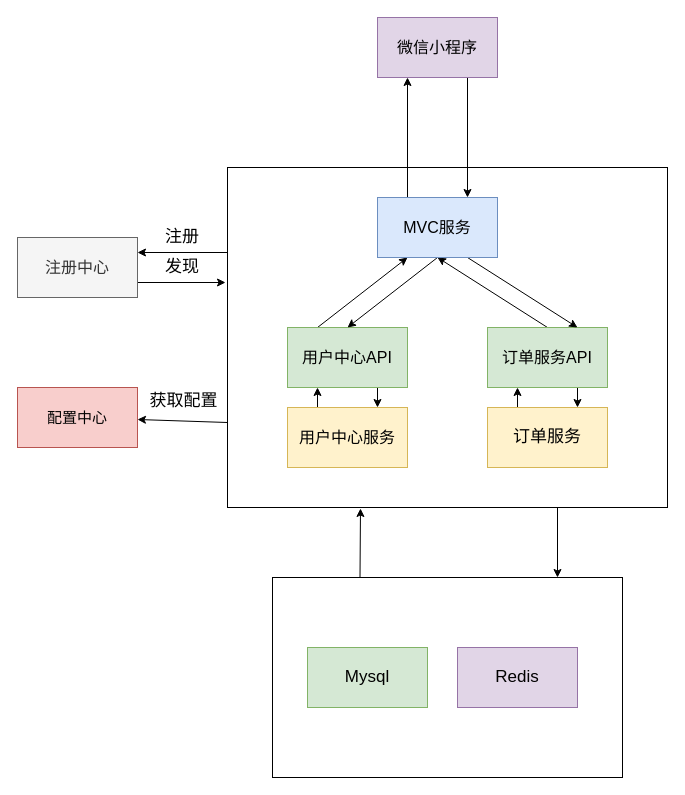
nullbull/uml keeps this draw.io diagram as page "ç¬¬ 2 é¡µ" (2 of 3) of SpringCloud图1.drawio. Above is the earlier version. Source tidied: cells renumbered, new cells numbered last; positions are measured from the earlier drawing's top-left corner, leaving out a move shared by most shapes. Both pictures are drawn from the tidied source at 100%, with x=0, y=0 at pixel (17, 17).
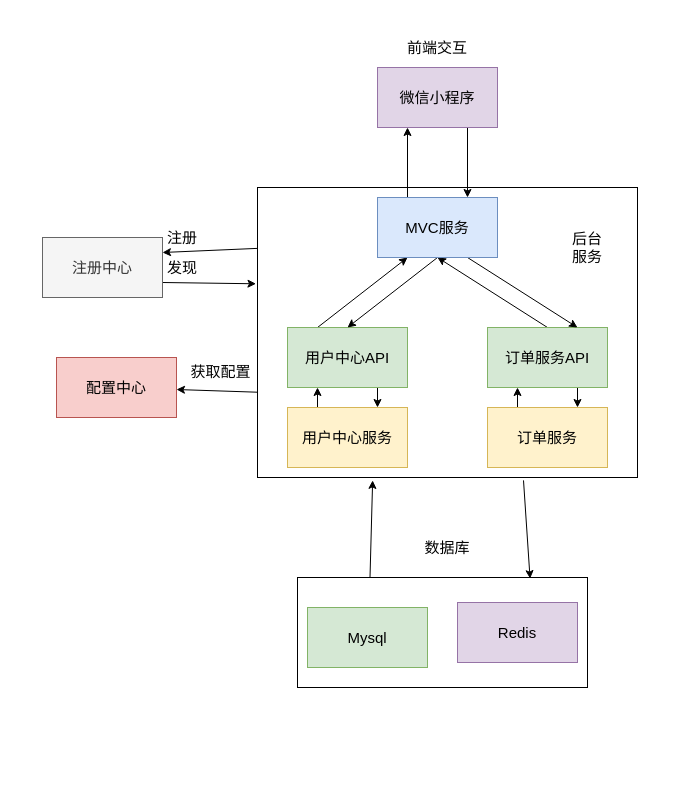
The same page after the edit.

What changed in the source:
```diff
@@
-    <mxCell id="2" style="edgeStyle=none;rounded=0;jettySize=auto;html=1;exitX=0.25;exitY=0;exitDx=0;exitDy=0;fontSize=17;" parent="1" edge="1" source="3">
-      <mxGeometry relative="1" as="geometry">
-        <mxPoint x="343" y="491" as="targetPoint" />
-      </mxGeometry>
+    <mxCell id="2" style="edgeStyle=none;rounded=0;jettySize=auto;html=1;exitX=0.25;exitY=0;exitDx=0;exitDy=0;fontSize=15;entryX=0.303;entryY=1.01;entryDx=0;entryDy=0;entryPerimeter=0;" parent="1" edge="1" source="3" target="8">
+      <mxGeometry relative="1" as="geometry" />
     </mxCell>
-    <mxCell id="3" style="rounded=0;whiteSpace=wrap;html=1;fontSize=17;" parent="1" vertex="1">
-      <mxGeometry x="255" y="560" width="350" height="200" as="geometry" />
+    <mxCell id="3" style="rounded=0;whiteSpace=wrap;html=1;fontSize=15;" parent="1" vertex="1">
+      <mxGeometry x="280" y="560" width="290" height="110" as="geometry" />
     </mxCell>
-    <mxCell id="4" style="edgeStyle=none;rounded=0;jettySize=auto;html=1;exitX=0;exitY=0.75;exitDx=0;exitDy=0;fontSize=17;" parent="1" edge="1" source="8" target="21">
+    <mxCell id="4" style="edgeStyle=none;rounded=0;jettySize=auto;html=1;exitX=0.002;exitY=0.706;exitDx=0;exitDy=0;fontSize=15;exitPerimeter=0;" parent="1" edge="1" source="8" target="21">
       <mxGeometry relative="1" as="geometry" />
     </mxCell>
-    <mxCell id="5" value="获取配置" style="text;html=1;align=center;verticalAlign=middle;labelBackgroundColor=#ffffff;fontSize=17;" parent="4" vertex="1">
+    <mxCell id="5" value="获取配置" style="text;html=1;align=center;verticalAlign=middle;labelBackgroundColor=#ffffff;fontSize=15;" parent="4" vertex="1">
       <mxGeometry x="0.59" y="-3" relative="1" as="geometry">
         <mxPoint x="27" y="-16" as="offset" />
       </mxGeometry>
     </mxCell>
-    <mxCell id="6" style="edgeStyle=none;rounded=0;jettySize=auto;html=1;exitX=0;exitY=0.25;exitDx=0;exitDy=0;entryX=1;entryY=0.25;entryDx=0;entryDy=0;fontSize=17;" parent="1" edge="1" source="8" target="25">
+    <mxCell id="6" style="edgeStyle=none;rounded=0;jettySize=auto;html=1;exitX=-0.001;exitY=0.21;exitDx=0;exitDy=0;entryX=1;entryY=0.25;entryDx=0;entryDy=0;fontSize=15;exitPerimeter=0;" parent="1" edge="1" source="8" target="25">
       <mxGeometry relative="1" as="geometry" />
     </mxCell>
-    <mxCell id="7" style="edgeStyle=none;rounded=0;jettySize=auto;html=1;exitX=0.75;exitY=1;exitDx=0;exitDy=0;fontSize=17;" parent="1" edge="1" source="8">
-      <mxGeometry relative="1" as="geometry">
-        <mxPoint x="540" y="560" as="targetPoint" />
-      </mxGeometry>
+    <mxCell id="7" style="edgeStyle=none;rounded=0;jettySize=auto;html=1;exitX=0.7;exitY=1.01;exitDx=0;exitDy=0;fontSize=15;entryX=0.802;entryY=0.01;entryDx=0;entryDy=0;entryPerimeter=0;exitPerimeter=0;" parent="1" edge="1" source="8" target="3">
+      <mxGeometry relative="1" as="geometry" />
     </mxCell>
-    <mxCell id="8" style="rounded=0;whiteSpace=wrap;html=1;fontSize=17;" parent="1" vertex="1">
-      <mxGeometry x="210" y="150" width="440" height="340" as="geometry" />
+    <mxCell id="8" style="rounded=0;whiteSpace=wrap;html=1;fontSize=15;" parent="1" vertex="1">
+      <mxGeometry x="240" y="170" width="380" height="290" as="geometry" />
     </mxCell>
-    <mxCell id="9" style="edgeStyle=orthogonalEdgeStyle;rounded=0;jettySize=auto;html=1;exitX=0.75;exitY=1;exitDx=0;exitDy=0;entryX=0.75;entryY=0;entryDx=0;entryDy=0;" parent="1" edge="1" source="10" target="20">
+    <mxCell id="9" style="edgeStyle=orthogonalEdgeStyle;rounded=0;jettySize=auto;html=1;exitX=0.75;exitY=1;exitDx=0;exitDy=0;entryX=0.75;entryY=0;entryDx=0;entryDy=0;fontSize=15;" parent="1" edge="1" source="10" target="20">
       <mxGeometry relative="1" as="geometry" />
     </mxCell>
-    <mxCell id="10" value="&lt;font style=&quot;font-size: 16px&quot;&gt;微信小程序&lt;/font&gt;" style="rounded=0;whiteSpace=wrap;html=1;fillColor=#e1d5e7;strokeColor=#9673a6;" parent="1" vertex="1">
-      <mxGeometry x="360" width="120" height="60" as="geometry" />
+    <mxCell id="10" value="&lt;font style=&quot;font-size: 15px;&quot;&gt;微信小程序&lt;/font&gt;" style="rounded=0;whiteSpace=wrap;html=1;fillColor=#e1d5e7;strokeColor=#9673a6;fontSize=15;" parent="1" vertex="1">
+      <mxGeometry x="360" y="50" width="120" height="60" as="geometry" />
     </mxCell>
-    <mxCell id="11" style="rounded=0;jettySize=auto;html=1;exitX=0.25;exitY=0;exitDx=0;exitDy=0;entryX=0.25;entryY=1;entryDx=0;entryDy=0;" parent="1" edge="1" source="13" target="20">
+    <mxCell id="11" style="rounded=0;jettySize=auto;html=1;exitX=0.25;exitY=0;exitDx=0;exitDy=0;entryX=0.25;entryY=1;entryDx=0;entryDy=0;fontSize=15;" parent="1" edge="1" source="13" target="20">
       <mxGeometry relative="1" as="geometry" />
     </mxCell>
-    <mxCell id="12" style="edgeStyle=none;rounded=0;jettySize=auto;html=1;exitX=0.75;exitY=1;exitDx=0;exitDy=0;entryX=0.75;entryY=0;entryDx=0;entryDy=0;fontSize=17;" parent="1" edge="1" source="13" target="27">
+    <mxCell id="12" style="edgeStyle=none;rounded=0;jettySize=auto;html=1;exitX=0.75;exitY=1;exitDx=0;exitDy=0;entryX=0.75;entryY=0;entryDx=0;entryDy=0;fontSize=15;" parent="1" edge="1" source="13" target="27">
       <mxGeometry relative="1" as="geometry" />
     </mxCell>
-    <mxCell id="13" value="&lt;font style=&quot;font-size: 16px&quot;&gt;用户中心API&lt;/font&gt;" style="rounded=0;whiteSpace=wrap;html=1;fillColor=#d5e8d4;strokeColor=#82b366;" parent="1" vertex="1">
+    <mxCell id="13" value="&lt;font style=&quot;font-size: 15px;&quot;&gt;用户中心API&lt;/font&gt;" style="rounded=0;whiteSpace=wrap;html=1;fillColor=#d5e8d4;strokeColor=#82b366;fontSize=15;" parent="1" vertex="1">
       <mxGeometry x="270" y="310" width="120" height="60" as="geometry" />
     </mxCell>
-    <mxCell id="14" style="edgeStyle=none;rounded=0;jettySize=auto;html=1;exitX=0.5;exitY=0;exitDx=0;exitDy=0;entryX=0.5;entryY=1;entryDx=0;entryDy=0;" parent="1" edge="1" source="16" target="20">
+    <mxCell id="14" style="edgeStyle=none;rounded=0;jettySize=auto;html=1;exitX=0.5;exitY=0;exitDx=0;exitDy=0;entryX=0.5;entryY=1;entryDx=0;entryDy=0;fontSize=15;" parent="1" edge="1" source="16" target="20">
       <mxGeometry relative="1" as="geometry" />
     </mxCell>
-    <mxCell id="15" style="edgeStyle=none;rounded=0;jettySize=auto;html=1;exitX=0.75;exitY=1;exitDx=0;exitDy=0;entryX=0.75;entryY=0;entryDx=0;entryDy=0;fontSize=17;" parent="1" edge="1" source="16" target="31">
+    <mxCell id="15" style="edgeStyle=none;rounded=0;jettySize=auto;html=1;exitX=0.75;exitY=1;exitDx=0;exitDy=0;entryX=0.75;entryY=0;entryDx=0;entryDy=0;fontSize=15;" parent="1" edge="1" source="16" target="31">
       <mxGeometry relative="1" as="geometry" />
     </mxCell>
-    <mxCell id="16" value="&lt;font style=&quot;font-size: 16px&quot;&gt;订单服务API&lt;/font&gt;" style="rounded=0;whiteSpace=wrap;html=1;fillColor=#d5e8d4;strokeColor=#82b366;" parent="1" vertex="1">
+    <mxCell id="16" value="&lt;font style=&quot;font-size: 15px;&quot;&gt;订单服务API&lt;/font&gt;" style="rounded=0;whiteSpace=wrap;html=1;fillColor=#d5e8d4;strokeColor=#82b366;fontSize=15;" parent="1" vertex="1">
       <mxGeometry x="470" y="310" width="120" height="60" as="geometry" />
     </mxCell>
-    <mxCell id="17" style="edgeStyle=orthogonalEdgeStyle;rounded=0;jettySize=auto;html=1;exitX=0.25;exitY=0;exitDx=0;exitDy=0;entryX=0.25;entryY=1;entryDx=0;entryDy=0;" parent="1" edge="1" source="20" target="10">
+    <mxCell id="17" style="edgeStyle=orthogonalEdgeStyle;rounded=0;jettySize=auto;html=1;exitX=0.25;exitY=0;exitDx=0;exitDy=0;entryX=0.25;entryY=1;entryDx=0;entryDy=0;fontSize=15;" parent="1" edge="1" source="20" target="10">
       <mxGeometry relative="1" as="geometry" />
     </mxCell>
-    <mxCell id="18" style="rounded=0;jettySize=auto;html=1;exitX=0.5;exitY=1;exitDx=0;exitDy=0;entryX=0.5;entryY=0;entryDx=0;entryDy=0;" parent="1" edge="1" source="20" target="13">
+    <mxCell id="18" style="rounded=0;jettySize=auto;html=1;exitX=0.5;exitY=1;exitDx=0;exitDy=0;entryX=0.5;entryY=0;entryDx=0;entryDy=0;fontSize=15;" parent="1" edge="1" source="20" target="13">
       <mxGeometry relative="1" as="geometry" />
     </mxCell>
-    <mxCell id="19" style="edgeStyle=none;rounded=0;jettySize=auto;html=1;exitX=0.75;exitY=1;exitDx=0;exitDy=0;entryX=0.75;entryY=0;entryDx=0;entryDy=0;" parent="1" edge="1" source="20" target="16">
+    <mxCell id="19" style="edgeStyle=none;rounded=0;jettySize=auto;html=1;exitX=0.75;exitY=1;exitDx=0;exitDy=0;entryX=0.75;entryY=0;entryDx=0;entryDy=0;fontSize=15;" parent="1" edge="1" source="20" target="16">
       <mxGeometry relative="1" as="geometry" />
     </mxCell>
-    <mxCell id="20" value="&lt;font style=&quot;font-size: 16px&quot;&gt;MVC服务&lt;/font&gt;" style="rounded=0;whiteSpace=wrap;html=1;fillColor=#dae8fc;strokeColor=#6c8ebf;" parent="1" vertex="1">
+    <mxCell id="20" value="&lt;font style=&quot;font-size: 15px;&quot;&gt;MVC服务&lt;/font&gt;" style="rounded=0;whiteSpace=wrap;html=1;fillColor=#dae8fc;strokeColor=#6c8ebf;fontSize=15;" parent="1" vertex="1">
       <mxGeometry x="360" y="180" width="120" height="60" as="geometry" />
     </mxCell>
-    <mxCell id="21" value="&lt;font style=&quot;font-size: 15px&quot;&gt;配置中心&lt;/font&gt;" style="rounded=0;whiteSpace=wrap;html=1;fillColor=#f8cecc;strokeColor=#b85450;" parent="1" vertex="1">
-      <mxGeometry y="370" width="120" height="60" as="geometry" />
+    <mxCell id="21" value="&lt;font style=&quot;font-size: 15px;&quot;&gt;配置中心&lt;/font&gt;" style="rounded=0;whiteSpace=wrap;html=1;fillColor=#f8cecc;strokeColor=#b85450;fontSize=15;" parent="1" vertex="1">
+      <mxGeometry x="39" y="340" width="120" height="60" as="geometry" />
     </mxCell>
-    <mxCell id="22" value="&lt;font style=&quot;font-size: 17px&quot;&gt;Mysql&lt;/font&gt;" style="rounded=0;whiteSpace=wrap;html=1;fillColor=#d5e8d4;strokeColor=#82b366;" parent="1" vertex="1">
-      <mxGeometry x="290" y="630" width="120" height="60" as="geometry" />
+    <mxCell id="22" value="&lt;font style=&quot;font-size: 15px;&quot;&gt;Mysql&lt;/font&gt;" style="rounded=0;whiteSpace=wrap;html=1;fillColor=#d5e8d4;strokeColor=#82b366;fontSize=15;" parent="1" vertex="1">
+      <mxGeometry x="290" y="590" width="120" height="60" as="geometry" />
     </mxCell>
-    <mxCell id="23" value="&lt;font style=&quot;font-size: 17px&quot;&gt;Redis&lt;/font&gt;" style="rounded=0;whiteSpace=wrap;html=1;fillColor=#e1d5e7;strokeColor=#9673a6;" parent="1" vertex="1">
-      <mxGeometry x="440" y="630" width="120" height="60" as="geometry" />
+    <mxCell id="23" value="&lt;font style=&quot;font-size: 15px;&quot;&gt;Redis&lt;/font&gt;" style="rounded=0;whiteSpace=wrap;html=1;fillColor=#e1d5e7;strokeColor=#9673a6;fontSize=15;" parent="1" vertex="1">
+      <mxGeometry x="440" y="585" width="120" height="60" as="geometry" />
     </mxCell>
-    <mxCell id="24" style="edgeStyle=none;rounded=0;jettySize=auto;html=1;exitX=1;exitY=0.75;exitDx=0;exitDy=0;fontSize=17;" parent="1" edge="1" source="25">
-      <mxGeometry relative="1" as="geometry">
-        <mxPoint x="208" y="265" as="targetPoint" />
-      </mxGeometry>
+    <mxCell id="24" style="edgeStyle=none;rounded=0;jettySize=auto;html=1;exitX=1;exitY=0.75;exitDx=0;exitDy=0;fontSize=15;entryX=-0.004;entryY=0.332;entryDx=0;entryDy=0;entryPerimeter=0;" parent="1" edge="1" source="25" target="8">
+      <mxGeometry relative="1" as="geometry" />
     </mxCell>
-    <mxCell id="25" value="&lt;font style=&quot;font-size: 16px&quot;&gt;注册中心&lt;/font&gt;" style="rounded=0;whiteSpace=wrap;html=1;fillColor=#f5f5f5;strokeColor=#666666;fontColor=#333333;" parent="1" vertex="1">
-      <mxGeometry y="220" width="120" height="60" as="geometry" />
+    <mxCell id="25" value="&lt;font style=&quot;font-size: 15px;&quot;&gt;注册中心&lt;/font&gt;" style="rounded=0;whiteSpace=wrap;html=1;fillColor=#f5f5f5;strokeColor=#666666;fontColor=#333333;fontSize=15;" parent="1" vertex="1">
+      <mxGeometry x="25" y="220" width="120" height="60" as="geometry" />
     </mxCell>
-    <mxCell id="26" style="edgeStyle=none;rounded=0;jettySize=auto;html=1;exitX=0.25;exitY=0;exitDx=0;exitDy=0;entryX=0.25;entryY=1;entryDx=0;entryDy=0;fontSize=17;" parent="1" edge="1" source="27" target="13">
+    <mxCell id="26" style="edgeStyle=none;rounded=0;jettySize=auto;html=1;exitX=0.25;exitY=0;exitDx=0;exitDy=0;entryX=0.25;entryY=1;entryDx=0;entryDy=0;fontSize=15;" parent="1" edge="1" source="27" target="13">
       <mxGeometry relative="1" as="geometry" />
     </mxCell>
-    <mxCell id="27" value="&lt;font style=&quot;font-size: 16px&quot;&gt;用户中心服务&lt;/font&gt;" style="rounded=0;whiteSpace=wrap;html=1;fillColor=#fff2cc;strokeColor=#d6b656;" parent="1" vertex="1">
+    <mxCell id="27" value="&lt;font style=&quot;font-size: 15px;&quot;&gt;用户中心服务&lt;/font&gt;" style="rounded=0;whiteSpace=wrap;html=1;fillColor=#fff2cc;strokeColor=#d6b656;fontSize=15;" parent="1" vertex="1">
       <mxGeometry x="270" y="390" width="120" height="60" as="geometry" />
     </mxCell>
-    <mxCell id="28" value="注册" style="text;html=1;strokeColor=none;fillColor=none;align=center;verticalAlign=middle;whiteSpace=wrap;rounded=0;fontSize=17;" parent="1" vertex="1">
+    <mxCell id="28" value="注册" style="text;html=1;strokeColor=none;fillColor=none;align=center;verticalAlign=middle;whiteSpace=wrap;rounded=0;fontSize=15;" parent="1" vertex="1">
       <mxGeometry x="145" y="210" width="40" height="20" as="geometry" />
     </mxCell>
-    <mxCell id="29" value="发现" style="text;html=1;strokeColor=none;fillColor=none;align=center;verticalAlign=middle;whiteSpace=wrap;rounded=0;fontSize=17;" parent="1" vertex="1">
+    <mxCell id="29" value="发现" style="text;html=1;strokeColor=none;fillColor=none;align=center;verticalAlign=middle;whiteSpace=wrap;rounded=0;fontSize=15;" parent="1" vertex="1">
       <mxGeometry x="145" y="240" width="40" height="20" as="geometry" />
     </mxCell>
-    <mxCell id="30" style="edgeStyle=none;rounded=0;jettySize=auto;html=1;exitX=0.25;exitY=0;exitDx=0;exitDy=0;entryX=0.25;entryY=1;entryDx=0;entryDy=0;fontSize=17;" parent="1" edge="1" source="31" target="16">
+    <mxCell id="30" style="edgeStyle=none;rounded=0;jettySize=auto;html=1;exitX=0.25;exitY=0;exitDx=0;exitDy=0;entryX=0.25;entryY=1;entryDx=0;entryDy=0;fontSize=15;" parent="1" edge="1" source="31" target="16">
       <mxGeometry relative="1" as="geometry" />
     </mxCell>
-    <mxCell id="31" value="订单服务" style="rounded=0;whiteSpace=wrap;html=1;fontSize=17;fillColor=#fff2cc;strokeColor=#d6b656;" parent="1" vertex="1">
+    <mxCell id="31" value="订单服务" style="rounded=0;whiteSpace=wrap;html=1;fontSize=15;fillColor=#fff2cc;strokeColor=#d6b656;" parent="1" vertex="1">
       <mxGeometry x="470" y="390" width="120" height="60" as="geometry" />
     </mxCell>
+    <mxCell id="32" value="数据库" style="text;html=1;strokeColor=none;fillColor=none;align=center;verticalAlign=middle;whiteSpace=wrap;rounded=0;fontSize=15;" parent="1" vertex="1">
+      <mxGeometry x="400" y="520" width="60" height="20" as="geometry" />
+    </mxCell>
+    <mxCell id="33" value="前端交互" style="text;html=1;strokeColor=none;fillColor=none;align=center;verticalAlign=middle;whiteSpace=wrap;rounded=0;fontSize=15;" parent="1" vertex="1">
+      <mxGeometry x="375" y="20" width="90" height="20" as="geometry" />
+    </mxCell>
+    <mxCell id="34" value="后台服务" style="text;html=1;strokeColor=none;fillColor=none;align=center;verticalAlign=middle;whiteSpace=wrap;rounded=0;fontSize=15;" parent="1" vertex="1">
+      <mxGeometry x="550" y="220" width="40" height="20" as="geometry" />
+    </mxCell>
```
